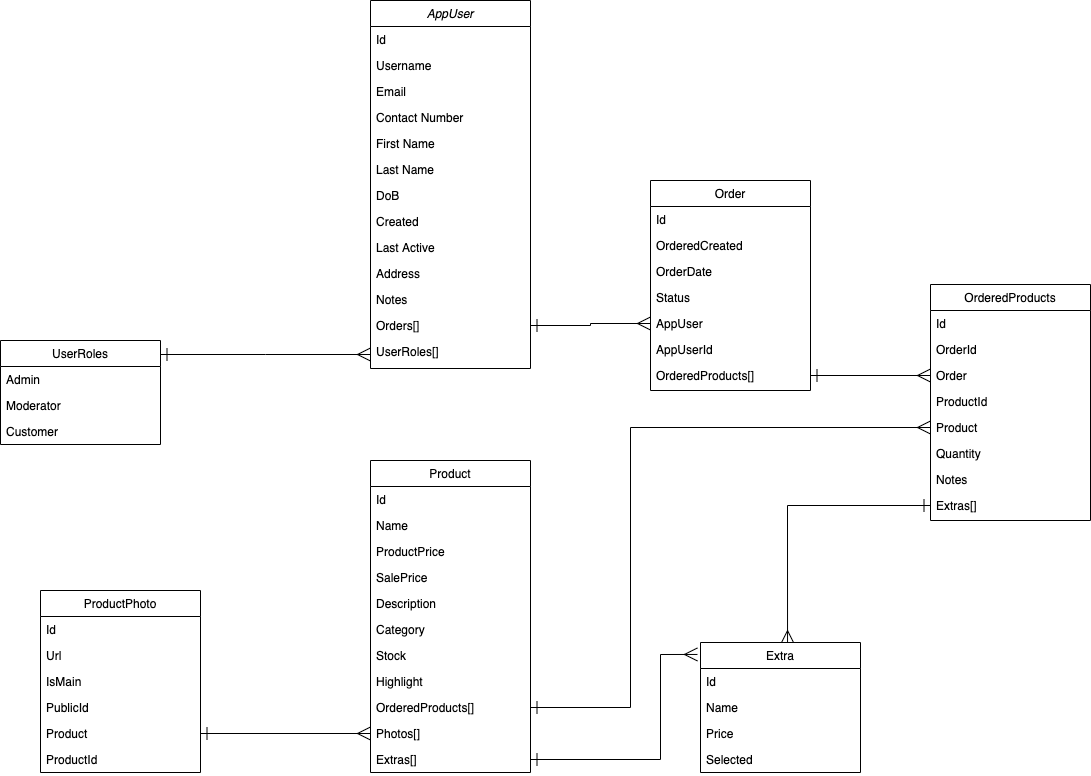
This is Planning/Class Diagram.png from samshum90/CodeClan_Store_CSharp_.NET, a draw.io export, as it was before one commit. Source tidied: cells renumbered, new cells last; positions are measured from the earlier drawing's top-left corner, leaving out a move shared by most shapes.
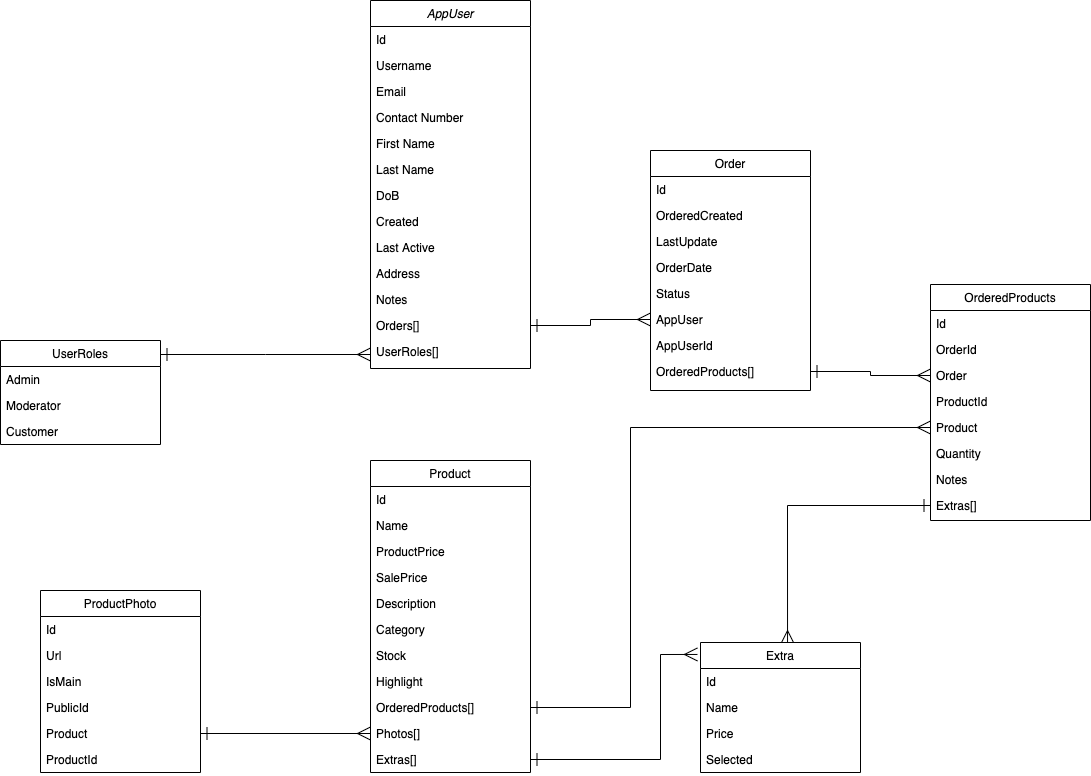
Above is the later version.

What changed in the source:
```diff
@@ -85,7 +85,7 @@
       <mxGeometry y="78" width="160" height="26" as="geometry" />
     </mxCell>
     <mxCell id="26" value="Order" style="swimlane;fontStyle=0;align=center;verticalAlign=top;horizontal=1;startSize=26;rounded=0;shadow=0;strokeWidth=1;" parent="1" vertex="1">
-      <mxGeometry x="650" y="180" width="160" height="210" as="geometry" />
+      <mxGeometry x="650" y="150" width="160" height="240" as="geometry" />
     </mxCell>
     <mxCell id="27" value="Id" style="text;align=left;verticalAlign=top;spacingLeft=4;spacingRight=4;overflow=hidden;" parent="26" vertex="1">
       <mxGeometry y="26" width="160" height="26" as="geometry" />
@@ -93,20 +93,23 @@
     <mxCell id="28" value="OrderedCreated" style="text;align=left;verticalAlign=top;spacingLeft=4;spacingRight=4;overflow=hidden;rounded=0;shadow=0;html=0;" parent="26" vertex="1">
       <mxGeometry y="52" width="160" height="26" as="geometry" />
     </mxCell>
+    <mxCell id="68" value="LastUpdate" style="text;align=left;verticalAlign=top;spacingLeft=4;spacingRight=4;overflow=hidden;rounded=0;shadow=0;html=0;" parent="26" vertex="1">
+      <mxGeometry y="78" width="160" height="26" as="geometry" />
+    </mxCell>
     <mxCell id="29" value="OrderDate" style="text;align=left;verticalAlign=top;spacingLeft=4;spacingRight=4;overflow=hidden;rounded=0;shadow=0;html=0;" parent="26" vertex="1">
-      <mxGeometry y="78" width="160" height="26" as="geometry" />
+      <mxGeometry y="104" width="160" height="26" as="geometry" />
     </mxCell>
     <mxCell id="30" value="Status" style="text;align=left;verticalAlign=top;spacingLeft=4;spacingRight=4;overflow=hidden;rounded=0;shadow=0;html=0;" parent="26" vertex="1">
-      <mxGeometry y="104" width="160" height="26" as="geometry" />
+      <mxGeometry y="130" width="160" height="26" as="geometry" />
     </mxCell>
     <mxCell id="31" value="AppUser" style="text;align=left;verticalAlign=top;spacingLeft=4;spacingRight=4;overflow=hidden;points=[[0,0.5],[1,0.5]];portConstraint=eastwest;rounded=0;shadow=0;html=0;" parent="26" vertex="1">
-      <mxGeometry y="130" width="160" height="26" as="geometry" />
+      <mxGeometry y="156" width="160" height="26" as="geometry" />
     </mxCell>
     <mxCell id="32" value="AppUserId" style="text;align=left;verticalAlign=top;spacingLeft=4;spacingRight=4;overflow=hidden;" parent="26" vertex="1">
-      <mxGeometry y="156" width="160" height="26" as="geometry" />
+      <mxGeometry y="182" width="160" height="26" as="geometry" />
     </mxCell>
     <mxCell id="33" value="OrderedProducts[]" style="text;align=left;verticalAlign=top;spacingLeft=4;spacingRight=4;overflow=hidden;points=[[0,0.5],[1,0.5]];portConstraint=eastwest;" parent="26" vertex="1">
-      <mxGeometry y="182" width="160" height="26" as="geometry" />
+      <mxGeometry y="208" width="160" height="26" as="geometry" />
     </mxCell>
     <mxCell id="34" value="OrderedProducts" style="swimlane;fontStyle=0;align=center;verticalAlign=top;horizontal=1;startSize=26;rounded=0;shadow=0;strokeWidth=1;" parent="1" vertex="1">
       <mxGeometry x="930" y="284" width="160" height="236" as="geometry" />
```
